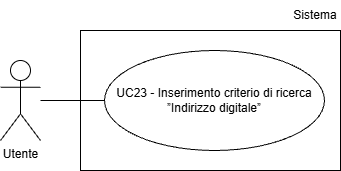
Above: assets/Use_Case_Diagrams/UC23.png in Team-Three-Technologies/Documenti (draw.io), before the change. Source tidied: cells renumbered, new cells last; positions are measured from the earlier drawing's top-left corner, leaving out a move shared by most shapes.
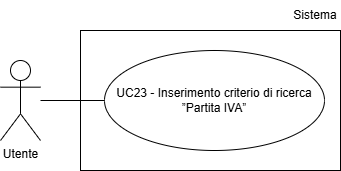
Later version of the same file.

The edit, as a diff of the source:
```diff
@@ -5,14 +5,14 @@
     <mxCell id="2" value="Utente" style="shape=umlActor;verticalLabelPosition=bottom;verticalAlign=top;html=1;" parent="1" vertex="1">
       <mxGeometry y="60" width="40" height="80" as="geometry" />
     </mxCell>
-    <mxCell id="3" value="UC23 - Inserimento criterio di ricerca ”Indirizzo digitale”" style="ellipse;whiteSpace=wrap;html=1;align=center;" parent="1" vertex="1">
-      <mxGeometry x="104" y="50" width="220" height="100" as="geometry" />
-    </mxCell>
-    <mxCell id="4" style="endArrow=none;html=1;rounded=0;entryX=0;entryY=0.5;entryDx=0;entryDy=0;" parent="1" edge="1" target="3">
-      <mxGeometry relative="1" as="geometry">
-        <mxPoint x="40" y="100" as="sourcePoint" />
-      </mxGeometry>
-    </mxCell>
+    <mxCell id="7" value="UC23 - Inserimento criterio di ricerca ”Partita IVA”" style="ellipse;whiteSpace=wrap;html=1;align=center;" parent="1" vertex="1">
+      <mxGeometry x="104" y="50" width="220" height="100" as="geometry" />
+    </mxCell>
+    <mxCell id="8" style="endArrow=none;html=1;rounded=0;entryX=0;entryY=0.5;entryDx=0;entryDy=0;" parent="1" edge="1" target="7">
+      <mxGeometry relative="1" as="geometry">
+        <mxPoint x="40" y="100" as="sourcePoint" />
+      </mxGeometry>
+    </mxCell>
     <mxCell id="5" style="rounded=0;whiteSpace=wrap;html=1;fillColor=none;" parent="1" vertex="1">
       <mxGeometry x="80" y="30" width="260" height="140" as="geometry" />
     </mxCell>
```
